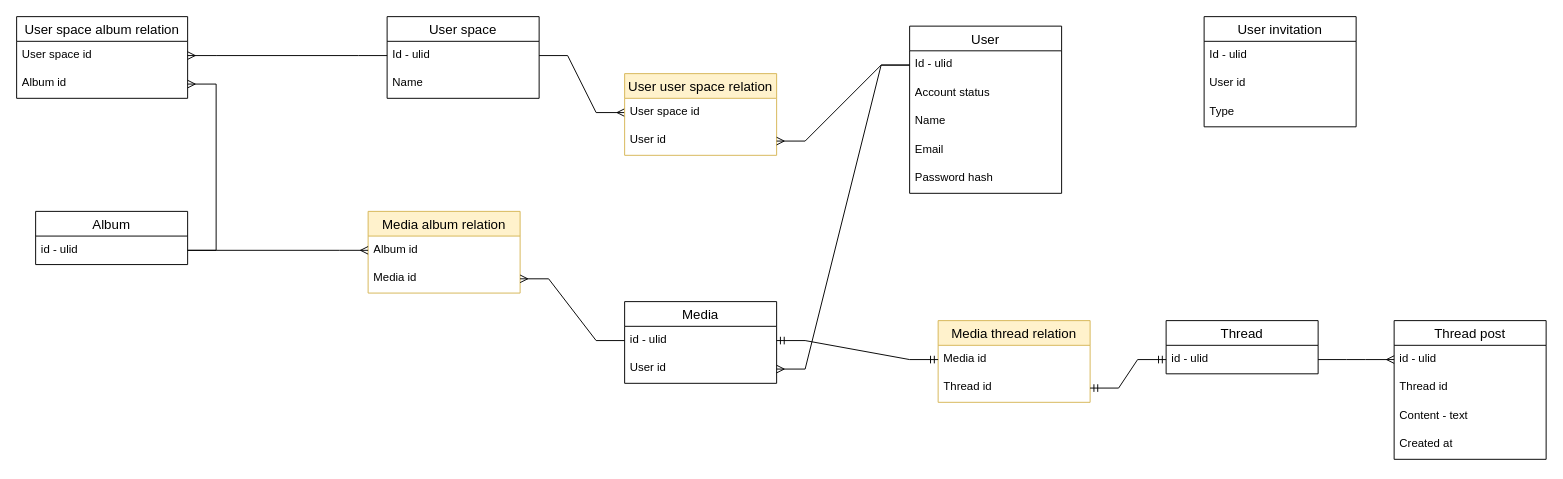
eiji03aero/memoria keeps this draw.io diagram as page "Models" (1 of 3) of docs/memoria.drawio. Above is the earlier version. Source tidied: cells renumbered, new cells numbered last; positions are measured from the earlier drawing's top-left corner, leaving out a move shared by most shapes. Both pictures are drawn from the tidied source at 95%, with x=0, y=0 at pixel (16, 16).
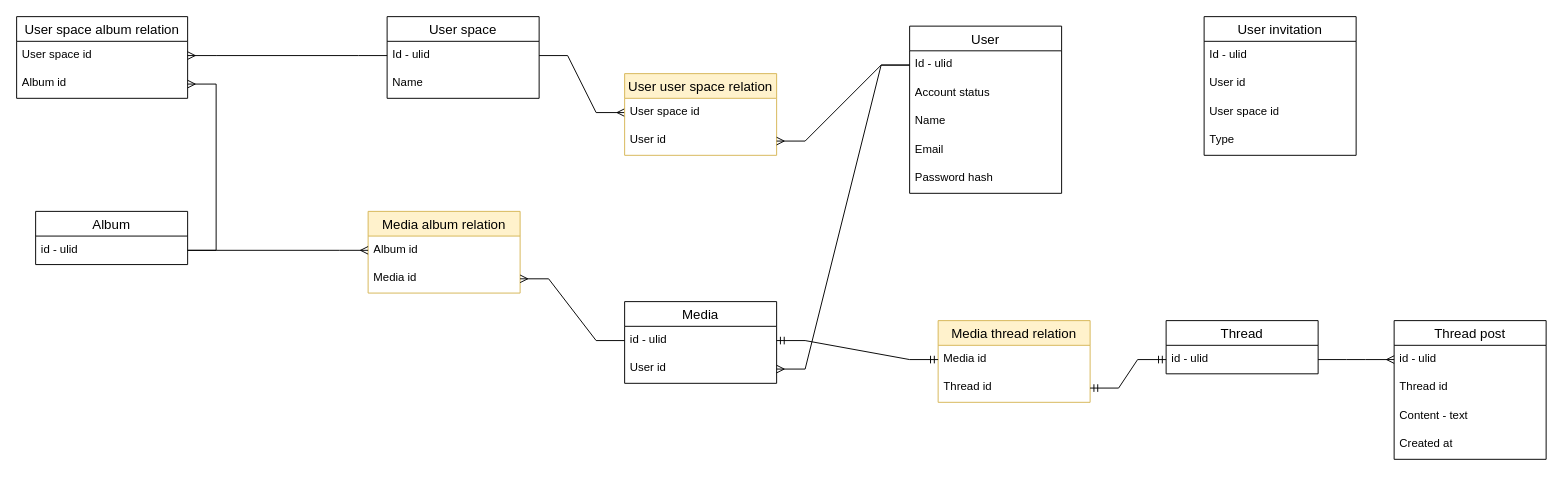
After the change.

What changed in the source:
```diff
@@
     <mxCell id="8" value="User invitation" style="swimlane;fontStyle=0;horizontal=1;startSize=26;align=center;fontSize=14;" parent="1" vertex="1">
-      <mxGeometry x="1250" width="160" height="116" as="geometry" />
+      <mxGeometry x="1250" width="160" height="146" as="geometry" />
     </mxCell>
@@
+    <mxCell id="49" value="User space&amp;nbsp;id" style="text;strokeColor=none;fillColor=none;spacingLeft=4;spacingRight=4;overflow=hidden;fontSize=12;whiteSpace=wrap;html=1;" parent="8" vertex="1">
+      <mxGeometry y="86" width="160" height="30" as="geometry" />
+    </mxCell>
     <mxCell id="11" value="Type" style="text;strokeColor=none;fillColor=none;spacingLeft=4;spacingRight=4;overflow=hidden;fontSize=12;whiteSpace=wrap;html=1;" parent="8" vertex="1">
-      <mxGeometry y="86" width="160" height="30" as="geometry" />
+      <mxGeometry y="116" width="160" height="30" as="geometry" />
     </mxCell>
```
